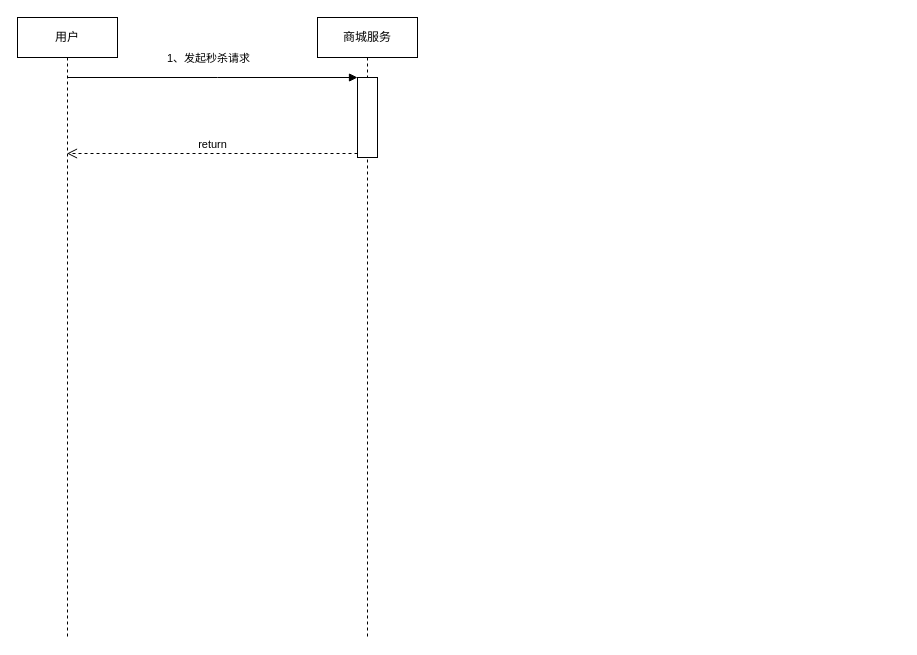
Earlier version of the draw.io diagram 秒杀存储过程.drawio (jacbo-emm/mall). Source tidied: cells renumbered, new cells numbered last; positions are measured from the earlier drawing's top-left corner, leaving out a move shared by most shapes. Both pictures are drawn from the tidied source at 100%, with x=0, y=0 at pixel (17, 17).
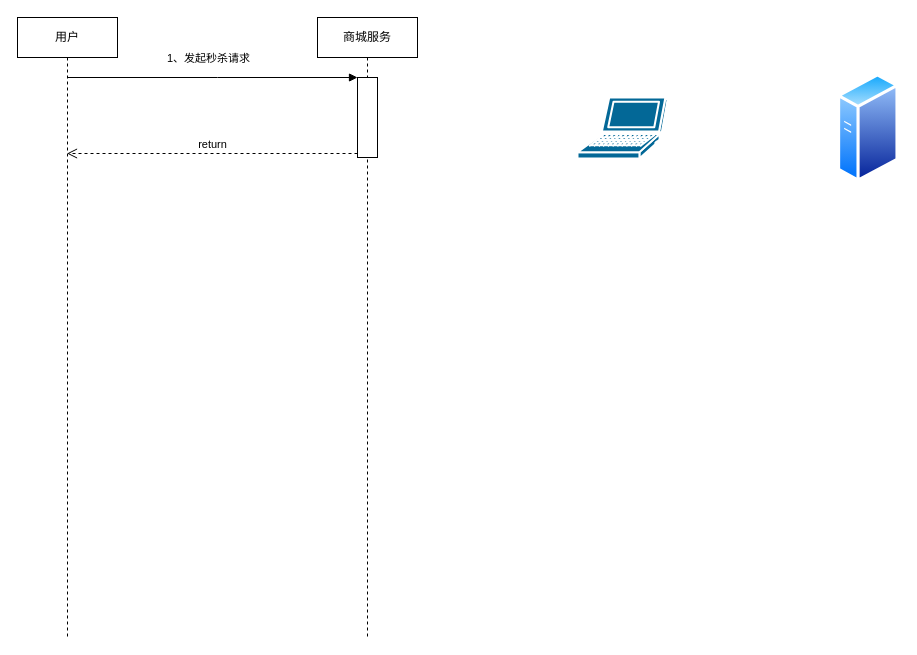
Above is the later version.

Commit message (it also covers changes not shown here):
更新秒杀存储过程.drawio

The edit, as a diff of the source:
```diff
@@
 <mxGraphModel>
   <root>
     <mxCell id="0" />
     <mxCell id="1" parent="0" />
     <mxCell id="2" value="用户" style="shape=umlLifeline;perimeter=lifelinePerimeter;whiteSpace=wrap;html=1;outlineConnect=0;" parent="1" vertex="1">
       <mxGeometry width="100" height="620" as="geometry" />
     </mxCell>
     <mxCell id="3" value="商城服务" style="shape=umlLifeline;perimeter=lifelinePerimeter;whiteSpace=wrap;html=1;" parent="1" vertex="1">
       <mxGeometry x="300" width="100" height="620" as="geometry" />
     </mxCell>
     <mxCell id="4" style="html=1;points=[];perimeter=orthogonalPerimeter;" parent="3" vertex="1">
       <mxGeometry x="40" y="60" width="20" height="80" as="geometry" />
     </mxCell>
     <mxCell id="5" value="1、发起秒杀请求" style="html=1;verticalAlign=bottom;endArrow=block;entryX=0;entryY=0;rounded=0;" parent="1" edge="1" source="2" target="4">
       <mxGeometry x="-0.03" y="10" relative="1" as="geometry">
         <Array as="points">
           <mxPoint x="200" y="60" />
         </Array>
       </mxGeometry>
     </mxCell>
     <mxCell id="6" value="return" style="html=1;verticalAlign=bottom;endArrow=open;dashed=1;endSize=8;exitX=0;exitY=0.95;rounded=0;" parent="1" edge="1" source="4" target="2">
       <mxGeometry relative="1" as="geometry" />
     </mxCell>
+    <mxCell id="7" style="shape=mxgraph.cisco.computers_and_peripherals.laptop;sketch=0;html=1;dashed=0;fillColor=#036897;strokeColor=#ffffff;strokeWidth=2;verticalLabelPosition=bottom;verticalAlign=top;align=center;" parent="1" vertex="1">
+      <mxGeometry x="560" y="80" width="90" height="61" as="geometry" />
+    </mxCell>
+    <mxCell id="8" style="perimeter=ellipsePerimeter;html=1;align=center;shadow=0;dashed=0;spacingTop=3;image;image=img/lib/active_directory/generic_server.svg;" parent="1" vertex="1">
+      <mxGeometry x="820" y="55.5" width="61.6" height="110" as="geometry" />
+    </mxCell>
   </root>
 </mxGraphModel>
```
